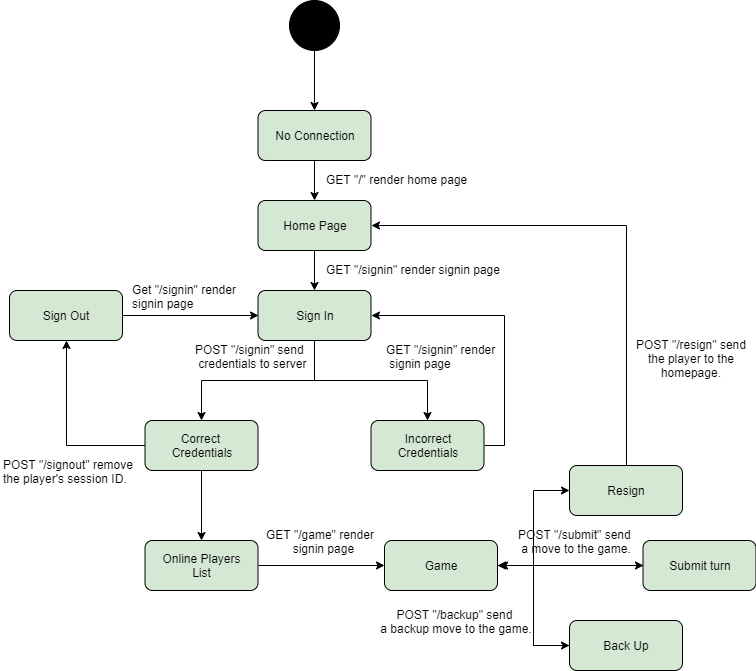
The draw.io diagram docs/web-interface.png in btn6364/Webcheckers, before a commit. Source tidied: cells renumbered, new cells last; positions are measured from the earlier drawing's top-left corner, leaving out a move shared by most shapes.
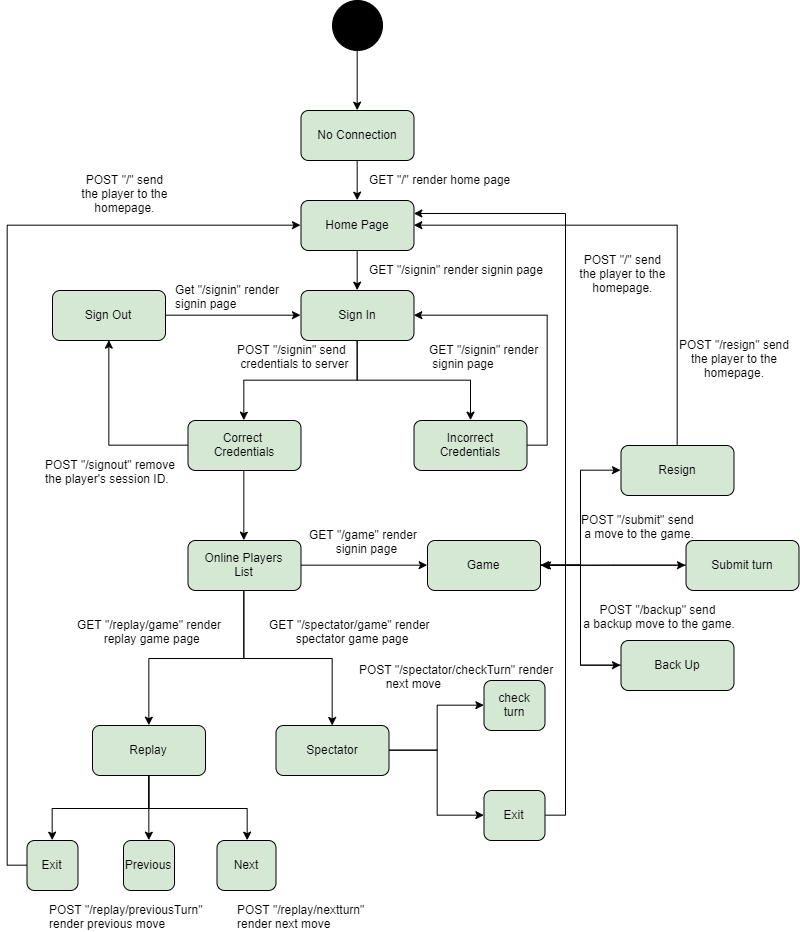
After the commit.

Diff of the diagram source:
```diff
@@ -38,6 +38,12 @@
     <mxCell id="13" style="edgeStyle=orthogonalEdgeStyle;rounded=0;jettySize=auto;html=1;exitX=1;exitY=0.5;exitDx=0;exitDy=0;entryX=0;entryY=0.5;entryDx=0;entryDy=0;" parent="1" edge="1" source="14" target="23">
       <mxGeometry relative="1" as="geometry" />
     </mxCell>
+    <mxCell id="40" style="edgeStyle=orthogonalEdgeStyle;rounded=0;jettySize=auto;html=1;exitX=0.5;exitY=1;exitDx=0;exitDy=0;" parent="1" edge="1" source="14" target="44">
+      <mxGeometry relative="1" as="geometry" />
+    </mxCell>
+    <mxCell id="41" style="edgeStyle=orthogonalEdgeStyle;rounded=0;jettySize=auto;html=1;exitX=0.5;exitY=1;exitDx=0;exitDy=0;entryX=0.5;entryY=0;entryDx=0;entryDy=0;" parent="1" edge="1" source="14" target="48">
+      <mxGeometry relative="1" as="geometry" />
+    </mxCell>
     <mxCell id="14" value="Online Players&lt;br&gt;List" style="rounded=1;whiteSpace=wrap;html=1;fillColor=#D5E8D4;" parent="1" vertex="1">
       <mxGeometry x="143.5" y="540" width="113" height="50" as="geometry" />
     </mxCell>
@@ -80,13 +86,13 @@
       <mxGeometry relative="1" as="geometry" />
     </mxCell>
     <mxCell id="27" value="Resign" style="rounded=1;whiteSpace=wrap;html=1;fillColor=#D5E8D4;" parent="1" vertex="1">
-      <mxGeometry x="568" y="465" width="113" height="50" as="geometry" />
+      <mxGeometry x="576.5" y="445" width="113" height="50" as="geometry" />
     </mxCell>
     <mxCell id="28" style="edgeStyle=orthogonalEdgeStyle;rounded=0;jettySize=auto;html=1;exitX=0;exitY=0.5;exitDx=0;exitDy=0;entryX=1;entryY=0.5;entryDx=0;entryDy=0;" parent="1" edge="1" source="29" target="23">
       <mxGeometry relative="1" as="geometry" />
     </mxCell>
     <mxCell id="29" value="Back Up" style="rounded=1;whiteSpace=wrap;html=1;fillColor=#D5E8D4;" parent="1" vertex="1">
-      <mxGeometry x="568" y="620" width="113" height="50" as="geometry" />
+      <mxGeometry x="576.5" y="640" width="113" height="50" as="geometry" />
     </mxCell>
     <mxCell id="30" value="GET &quot;/&quot; render home page" style="text;html=1;align=left;verticalAlign=top;spacingTop=-4;" parent="1" vertex="1">
       <mxGeometry x="322.5" y="170" width="160" height="20" as="geometry" />
@@ -113,10 +119,73 @@
       <mxGeometry x="624.5" y="335" width="130" height="40" as="geometry" />
     </mxCell>
     <mxCell id="38" value="POST &quot;/submit&quot; send&lt;br&gt;&amp;nbsp;a move to the game." style="text;html=1;align=center;verticalAlign=top;spacingTop=-4;" parent="1" vertex="1">
-      <mxGeometry x="508" y="525" width="130" height="30" as="geometry" />
+      <mxGeometry x="528" y="510" width="130" height="30" as="geometry" />
     </mxCell>
     <mxCell id="39" value="POST &quot;/backup&quot; send&lt;br&gt;&amp;nbsp;a backup move to the game." style="text;html=1;align=center;verticalAlign=top;spacingTop=-4;" parent="1" vertex="1">
-      <mxGeometry x="368" y="605" width="170" height="30" as="geometry" />
+      <mxGeometry x="528" y="600" width="170" height="30" as="geometry" />
     </mxCell>
+    <mxCell id="42" style="edgeStyle=orthogonalEdgeStyle;rounded=0;jettySize=auto;html=1;exitX=1;exitY=0.5;exitDx=0;exitDy=0;entryX=0;entryY=0.5;entryDx=0;entryDy=0;" parent="1" edge="1" source="44" target="55">
+      <mxGeometry relative="1" as="geometry" />
+    </mxCell>
+    <mxCell id="43" style="edgeStyle=orthogonalEdgeStyle;rounded=0;jettySize=auto;html=1;exitX=1;exitY=0.5;exitDx=0;exitDy=0;entryX=0;entryY=0.5;entryDx=0;entryDy=0;" parent="1" edge="1" source="44" target="57">
+      <mxGeometry relative="1" as="geometry" />
+    </mxCell>
+    <mxCell id="44" value="Spectator" style="rounded=1;whiteSpace=wrap;html=1;fillColor=#D5E8D4;" parent="1" vertex="1">
+      <mxGeometry x="231.5" y="725" width="113" height="50" as="geometry" />
+    </mxCell>
+    <mxCell id="45" style="edgeStyle=orthogonalEdgeStyle;rounded=0;jettySize=auto;html=1;exitX=0.5;exitY=1;exitDx=0;exitDy=0;entryX=0.5;entryY=0;entryDx=0;entryDy=0;" parent="1" edge="1" source="48" target="54">
+      <mxGeometry relative="1" as="geometry" />
+    </mxCell>
+    <mxCell id="46" style="edgeStyle=orthogonalEdgeStyle;rounded=0;jettySize=auto;html=1;exitX=0.5;exitY=1;exitDx=0;exitDy=0;entryX=0.5;entryY=0;entryDx=0;entryDy=0;" parent="1" edge="1" source="48" target="51">
+      <mxGeometry relative="1" as="geometry" />
+    </mxCell>
+    <mxCell id="47" style="edgeStyle=orthogonalEdgeStyle;rounded=0;jettySize=auto;html=1;exitX=0.5;exitY=1;exitDx=0;exitDy=0;entryX=0.5;entryY=0;entryDx=0;entryDy=0;" parent="1" edge="1" source="48" target="52">
+      <mxGeometry relative="1" as="geometry" />
+    </mxCell>
+    <mxCell id="48" value="Replay" style="rounded=1;whiteSpace=wrap;html=1;fillColor=#D5E8D4;" parent="1" vertex="1">
+      <mxGeometry x="48" y="725" width="113" height="50" as="geometry" />
+    </mxCell>
+    <mxCell id="49" value="GET &quot;/spectator/game&quot; render&lt;br&gt;&amp;nbsp; &amp;nbsp; &amp;nbsp; &amp;nbsp; spectator game page" style="text;html=1;align=left;verticalAlign=top;spacingTop=-4;" parent="1" vertex="1">
+      <mxGeometry x="222.5" y="615" width="180" height="30" as="geometry" />
+    </mxCell>
+    <mxCell id="50" value="GET &quot;/replay/game&quot; render&lt;br&gt;&amp;nbsp; &amp;nbsp; &amp;nbsp; &amp;nbsp; replay game page" style="text;html=1;align=left;verticalAlign=top;spacingTop=-4;" parent="1" vertex="1">
+      <mxGeometry x="31.5" y="615" width="160" height="30" as="geometry" />
+    </mxCell>
+    <mxCell id="51" value="Previous" style="rounded=1;whiteSpace=wrap;html=1;fillColor=#D5E8D4;" parent="1" vertex="1">
+      <mxGeometry x="79" y="840" width="51" height="50" as="geometry" />
+    </mxCell>
+    <mxCell id="52" value="Next" style="rounded=1;whiteSpace=wrap;html=1;fillColor=#D5E8D4;" parent="1" vertex="1">
+      <mxGeometry x="172.5" y="840" width="59" height="50" as="geometry" />
+    </mxCell>
+    <mxCell id="53" style="edgeStyle=orthogonalEdgeStyle;rounded=0;jettySize=auto;html=1;exitX=0;exitY=0.5;exitDx=0;exitDy=0;entryX=0;entryY=0.5;entryDx=0;entryDy=0;" parent="1" edge="1" source="54" target="9">
+      <mxGeometry relative="1" as="geometry" />
+    </mxCell>
+    <mxCell id="54" value="Exit" style="rounded=1;whiteSpace=wrap;html=1;fillColor=#D5E8D4;" parent="1" vertex="1">
+      <mxGeometry x="-17.5" y="840" width="51" height="50" as="geometry" />
+    </mxCell>
+    <mxCell id="55" value="check&lt;br&gt;turn" style="rounded=1;whiteSpace=wrap;html=1;fillColor=#D5E8D4;" parent="1" vertex="1">
+      <mxGeometry x="439.5" y="680" width="61" height="50" as="geometry" />
+    </mxCell>
+    <mxCell id="56" style="edgeStyle=orthogonalEdgeStyle;rounded=0;jettySize=auto;html=1;exitX=1;exitY=0.5;exitDx=0;exitDy=0;entryX=1;entryY=0.25;entryDx=0;entryDy=0;" parent="1" edge="1" source="57" target="9">
+      <mxGeometry relative="1" as="geometry" />
+    </mxCell>
+    <mxCell id="57" value="Exit" style="rounded=1;whiteSpace=wrap;html=1;fillColor=#D5E8D4;" parent="1" vertex="1">
+      <mxGeometry x="439.5" y="790" width="61" height="50" as="geometry" />
+    </mxCell>
+    <mxCell id="58" value="POST &quot;/replay/previousTurn&quot; &lt;br&gt;render previous move" style="text;html=1;align=left;verticalAlign=top;spacingTop=-4;" parent="1" vertex="1">
+      <mxGeometry x="2.5" y="900" width="170" height="30" as="geometry" />
+    </mxCell>
+    <mxCell id="59" value="POST &quot;/spectator/checkTurn&quot; render&lt;br&gt;&amp;nbsp; &amp;nbsp; &amp;nbsp; &amp;nbsp; next move" style="text;html=1;align=left;verticalAlign=top;spacingTop=-4;" parent="1" vertex="1">
+      <mxGeometry x="313" y="660" width="210" height="30" as="geometry" />
+    </mxCell>
+    <mxCell id="60" value="POST &quot;/replay/nextturn&quot; &lt;br&gt;render next move" style="text;html=1;align=left;verticalAlign=top;spacingTop=-4;" parent="1" vertex="1">
+      <mxGeometry x="191.5" y="900" width="140" height="30" as="geometry" />
+    </mxCell>
+    <mxCell id="61" value="POST &quot;/&quot; send&lt;br&gt;&amp;nbsp;the player to the &lt;br&gt;homepage." style="text;html=1;align=center;verticalAlign=top;spacingTop=-4;" parent="1" vertex="1">
+      <mxGeometry x="24" y="170" width="110" height="40" as="geometry" />
+    </mxCell>
+    <mxCell id="62" value="POST &quot;/&quot; send&lt;br&gt;&amp;nbsp;the player to the &lt;br&gt;homepage." style="text;html=1;align=center;verticalAlign=top;spacingTop=-4;" parent="1" vertex="1">
+      <mxGeometry x="521.5" y="250" width="110" height="40" as="geometry" />
+    </mxCell>
   </root>
 </mxGraphModel>
```
